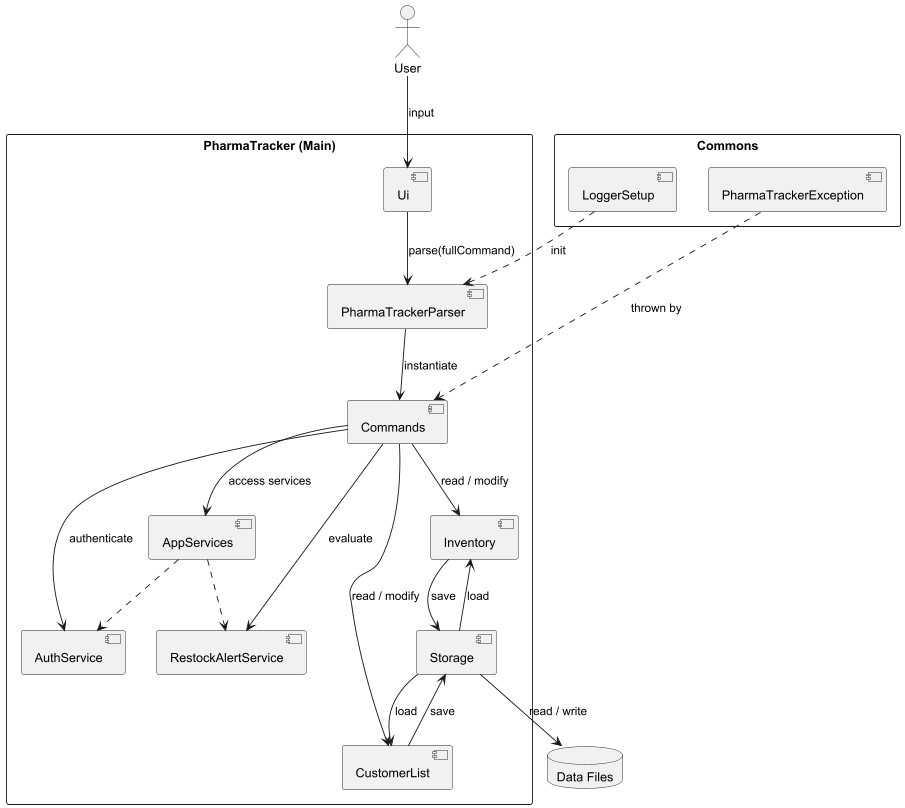
Before: docs/images/Architecture.png, a diagram exported from PlantUML (AY2526S2-CS2113-T10-3/tp).
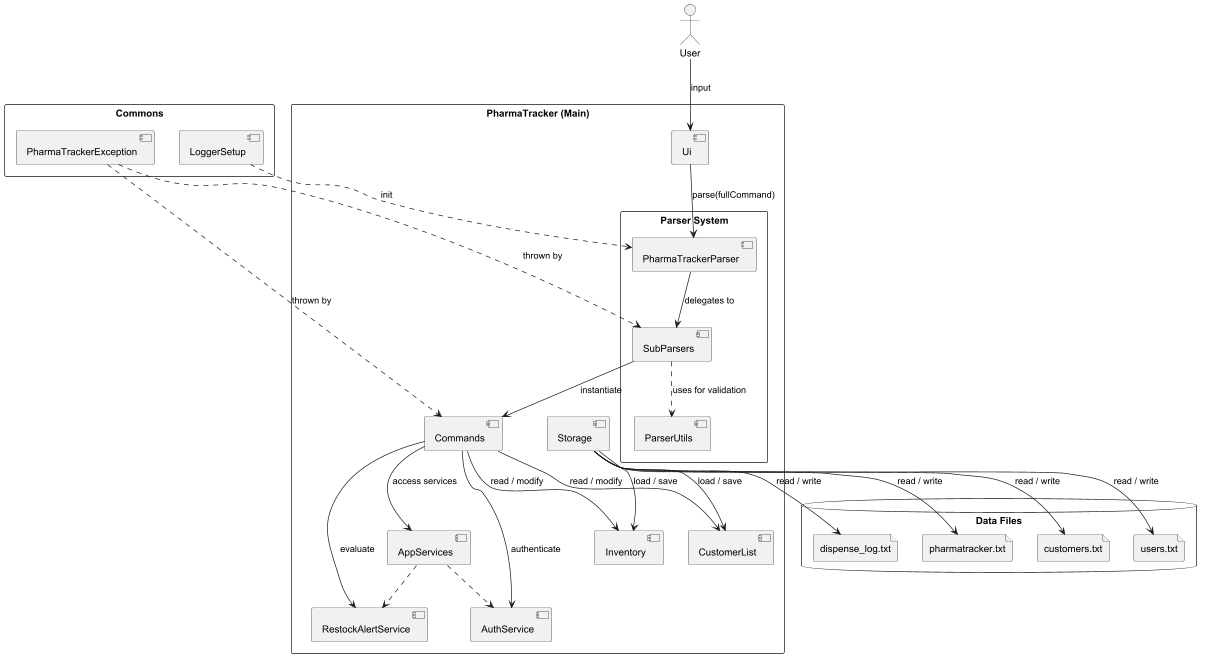
The same file after the commit.

Diff of the diagram source:
```diff
@@ -6,11 +6,17 @@
 
 package "PharmaTracker (Main)" {
     [Ui]
-    [PharmaTrackerParser]
+
+    package "Parser System" {
+        [PharmaTrackerParser]
+        [SubParsers]
+        [ParserUtils]
+    }
+
     [Commands]
+    [AppServices]
     [AuthService]
     [RestockAlertService]
-    [AppServices]
     [Inventory]
     [CustomerList]
     [Storage]
@@ -21,24 +27,39 @@
     [PharmaTrackerException]
 }
 
-database "Data Files" as Files
+database "Data Files" as Files {
+    file "pharmatracker.txt"
+    file "customers.txt"
+    file "users.txt"
+    file "dispense_log.txt"
+}
 
 User --> [Ui] : input
 [Ui] --> [PharmaTrackerParser] : parse(fullCommand)
-[PharmaTrackerParser] --> [Commands] : instantiate
+
+[PharmaTrackerParser] --> [SubParsers] : delegates to
+[SubParsers] ..> [ParserUtils] : uses for validation
+[SubParsers] --> [Commands] : instantiate
+
 [Commands] --> [AppServices] : access services
 [AppServices] ..> [AuthService]
 [AppServices] ..> [RestockAlertService]
+
 [Commands] --> [Inventory] : read / modify
 [Commands] --> [CustomerList] : read / modify
 [Commands] --> [AuthService] : authenticate
 [Commands] --> [RestockAlertService] : evaluate
-[Storage] --> [Inventory] : load
-[Storage] --> [CustomerList] : load
-[Inventory] --> [Storage] : save
-[CustomerList] --> [Storage] : save
-[Storage] --> Files : read / write
+
+[Storage] --> [Inventory] : load / save
+[Storage] --> [CustomerList] : load / save
+
+[Storage] --> [pharmatracker.txt] : read / write
+[Storage] --> [customers.txt] : read / write
+[Storage] --> [users.txt] : read / write
+[Storage] --> [dispense_log.txt] : read / write
+
 [LoggerSetup] ..> [PharmaTrackerParser] : init
 [PharmaTrackerException] ..> [Commands] : thrown by
+[PharmaTrackerException] ..> [SubParsers] : thrown by
 
 @enduml
```
